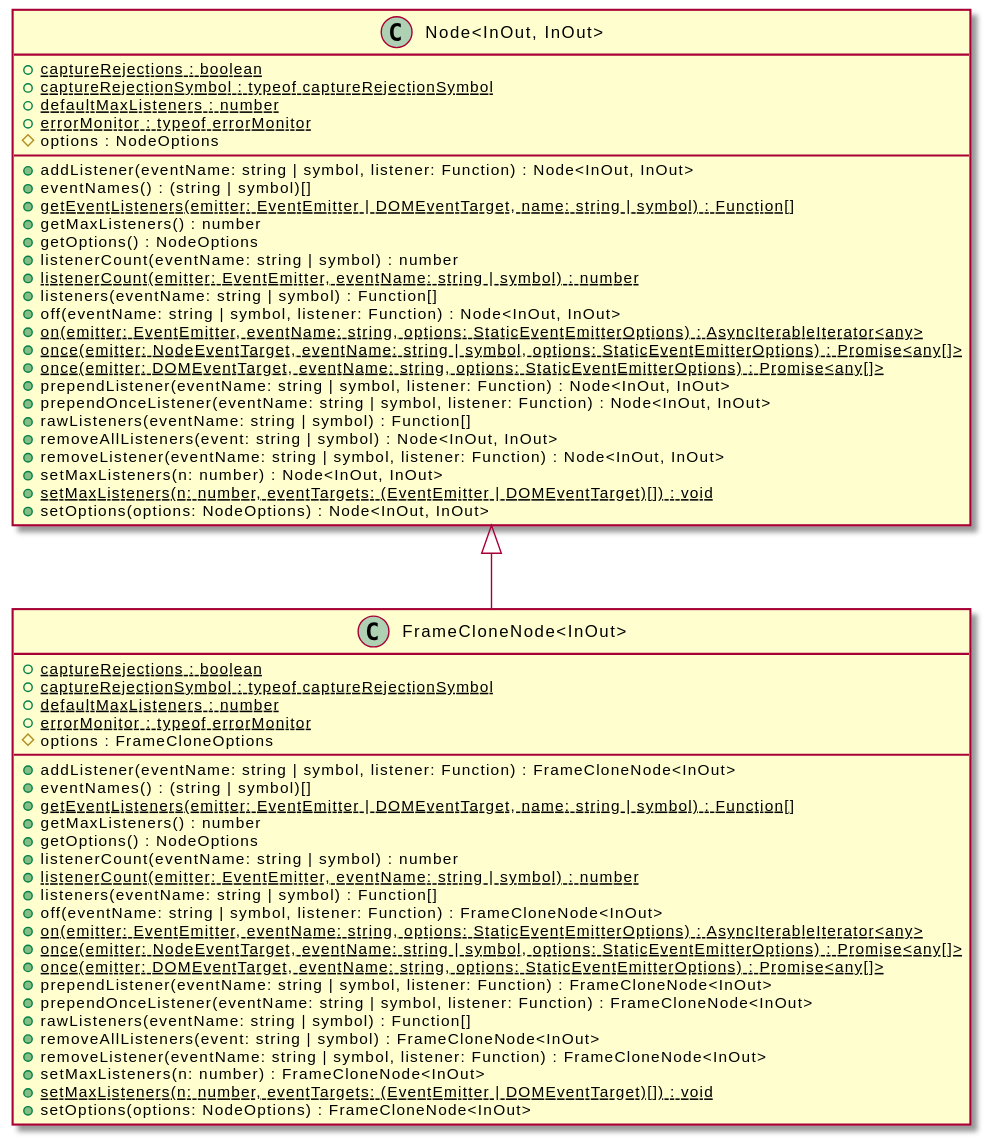
Before: assets/FrameCloneNode-umlClassDiagram-11540.svg, a diagram exported from PlantUML (OpenHPS/openhps-core). The source it was exported from:
```plantuml
@startuml
skinparam BackgroundColor transparent
hide empty methods
hide empty fields
class "FrameCloneNode<InOut>" {
    {static} +captureRejections : boolean
    {static} +captureRejectionSymbol : typeof captureRejectionSymbol
    {static} +defaultMaxListeners : number
    {static} +errorMonitor : typeof errorMonitor
    #options : FrameCloneOptions
    +addListener(eventName: string | symbol, listener: Function) : FrameCloneNode<InOut>
    +eventNames() : (string | symbol)[]
    {static} +getEventListeners(emitter: EventEmitter | DOMEventTarget, name: string | symbol) : Function[]
    +getMaxListeners() : number
    +getOptions() : NodeOptions
    +listenerCount(eventName: string | symbol) : number
    {static} +listenerCount(emitter: EventEmitter, eventName: string | symbol) : number
    +listeners(eventName: string | symbol) : Function[]
    +off(eventName: string | symbol, listener: Function) : FrameCloneNode<InOut>
    {static} +on(emitter: EventEmitter, eventName: string, options: StaticEventEmitterOptions) : AsyncIterableIterator<any>
    {static} +once(emitter: NodeEventTarget, eventName: string | symbol, options: StaticEventEmitterOptions) : Promise<any[]>
    {static} +once(emitter: DOMEventTarget, eventName: string, options: StaticEventEmitterOptions) : Promise<any[]>
    +prependListener(eventName: string | symbol, listener: Function) : FrameCloneNode<InOut>
    +prependOnceListener(eventName: string | symbol, listener: Function) : FrameCloneNode<InOut>
    +rawListeners(eventName: string | symbol) : Function[]
    +removeAllListeners(event: string | symbol) : FrameCloneNode<InOut>
    +removeListener(eventName: string | symbol, listener: Function) : FrameCloneNode<InOut>
    +setMaxListeners(n: number) : FrameCloneNode<InOut>
    {static} +setMaxListeners(n: number, eventTargets: (EventEmitter | DOMEventTarget)[]) : void
    +setOptions(options: NodeOptions) : FrameCloneNode<InOut>
}
class "Node<InOut, InOut>" {
    {static} +captureRejections : boolean
    {static} +captureRejectionSymbol : typeof captureRejectionSymbol
    {static} +defaultMaxListeners : number
    {static} +errorMonitor : typeof errorMonitor
    #options : NodeOptions
    +addListener(eventName: string | symbol, listener: Function) : Node<InOut, InOut>
    +eventNames() : (string | symbol)[]
    {static} +getEventListeners(emitter: EventEmitter | DOMEventTarget, name: string | symbol) : Function[]
    +getMaxListeners() : number
    +getOptions() : NodeOptions
    +listenerCount(eventName: string | symbol) : number
    {static} +listenerCount(emitter: EventEmitter, eventName: string | symbol) : number
    +listeners(eventName: string | symbol) : Function[]
    +off(eventName: string | symbol, listener: Function) : Node<InOut, InOut>
    {static} +on(emitter: EventEmitter, eventName: string, options: StaticEventEmitterOptions) : AsyncIterableIterator<any>
    {static} +once(emitter: NodeEventTarget, eventName: string | symbol, options: StaticEventEmitterOptions) : Promise<any[]>
    {static} +once(emitter: DOMEventTarget, eventName: string, options: StaticEventEmitterOptions) : Promise<any[]>
    +prependListener(eventName: string | symbol, listener: Function) : Node<InOut, InOut>
    +prependOnceListener(eventName: string | symbol, listener: Function) : Node<InOut, InOut>
    +rawListeners(eventName: string | symbol) : Function[]
    +removeAllListeners(event: string | symbol) : Node<InOut, InOut>
    +removeListener(eventName: string | symbol, listener: Function) : Node<InOut, InOut>
    +setMaxListeners(n: number) : Node<InOut, InOut>
    {static} +setMaxListeners(n: number, eventTargets: (EventEmitter | DOMEventTarget)[]) : void
    +setOptions(options: NodeOptions) : Node<InOut, InOut>
}
"Node<InOut, InOut>" <|-- "FrameCloneNode<InOut>"
@enduml
```
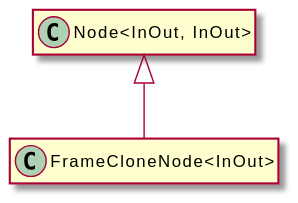
Later version of the same file.

The edit, as a diff of the source:
```diff
@@ -3,58 +3,8 @@
 hide empty methods
 hide empty fields
 class "FrameCloneNode<InOut>" {
-    {static} +captureRejections : boolean
-    {static} +captureRejectionSymbol : typeof captureRejectionSymbol
-    {static} +defaultMaxListeners : number
-    {static} +errorMonitor : typeof errorMonitor
-    #options : FrameCloneOptions
-    +addListener(eventName: string | symbol, listener: Function) : FrameCloneNode<InOut>
-    +eventNames() : (string | symbol)[]
-    {static} +getEventListeners(emitter: EventEmitter | DOMEventTarget, name: string | symbol) : Function[]
-    +getMaxListeners() : number
-    +getOptions() : NodeOptions
-    +listenerCount(eventName: string | symbol) : number
-    {static} +listenerCount(emitter: EventEmitter, eventName: string | symbol) : number
-    +listeners(eventName: string | symbol) : Function[]
-    +off(eventName: string | symbol, listener: Function) : FrameCloneNode<InOut>
-    {static} +on(emitter: EventEmitter, eventName: string, options: StaticEventEmitterOptions) : AsyncIterableIterator<any>
-    {static} +once(emitter: NodeEventTarget, eventName: string | symbol, options: StaticEventEmitterOptions) : Promise<any[]>
-    {static} +once(emitter: DOMEventTarget, eventName: string, options: StaticEventEmitterOptions) : Promise<any[]>
-    +prependListener(eventName: string | symbol, listener: Function) : FrameCloneNode<InOut>
-    +prependOnceListener(eventName: string | symbol, listener: Function) : FrameCloneNode<InOut>
-    +rawListeners(eventName: string | symbol) : Function[]
-    +removeAllListeners(event: string | symbol) : FrameCloneNode<InOut>
-    +removeListener(eventName: string | symbol, listener: Function) : FrameCloneNode<InOut>
-    +setMaxListeners(n: number) : FrameCloneNode<InOut>
-    {static} +setMaxListeners(n: number, eventTargets: (EventEmitter | DOMEventTarget)[]) : void
-    +setOptions(options: NodeOptions) : FrameCloneNode<InOut>
 }
 class "Node<InOut, InOut>" {
-    {static} +captureRejections : boolean
-    {static} +captureRejectionSymbol : typeof captureRejectionSymbol
-    {static} +defaultMaxListeners : number
-    {static} +errorMonitor : typeof errorMonitor
-    #options : NodeOptions
-    +addListener(eventName: string | symbol, listener: Function) : Node<InOut, InOut>
-    +eventNames() : (string | symbol)[]
-    {static} +getEventListeners(emitter: EventEmitter | DOMEventTarget, name: string | symbol) : Function[]
-    +getMaxListeners() : number
-    +getOptions() : NodeOptions
-    +listenerCount(eventName: string | symbol) : number
-    {static} +listenerCount(emitter: EventEmitter, eventName: string | symbol) : number
-    +listeners(eventName: string | symbol) : Function[]
-    +off(eventName: string | symbol, listener: Function) : Node<InOut, InOut>
-    {static} +on(emitter: EventEmitter, eventName: string, options: StaticEventEmitterOptions) : AsyncIterableIterator<any>
-    {static} +once(emitter: NodeEventTarget, eventName: string | symbol, options: StaticEventEmitterOptions) : Promise<any[]>
-    {static} +once(emitter: DOMEventTarget, eventName: string, options: StaticEventEmitterOptions) : Promise<any[]>
-    +prependListener(eventName: string | symbol, listener: Function) : Node<InOut, InOut>
-    +prependOnceListener(eventName: string | symbol, listener: Function) : Node<InOut, InOut>
-    +rawListeners(eventName: string | symbol) : Function[]
-    +removeAllListeners(event: string | symbol) : Node<InOut, InOut>
-    +removeListener(eventName: string | symbol, listener: Function) : Node<InOut, InOut>
-    +setMaxListeners(n: number) : Node<InOut, InOut>
-    {static} +setMaxListeners(n: number, eventTargets: (EventEmitter | DOMEventTarget)[]) : void
-    +setOptions(options: NodeOptions) : Node<InOut, InOut>
 }
 "Node<InOut, InOut>" <|-- "FrameCloneNode<InOut>"
 @enduml
```
